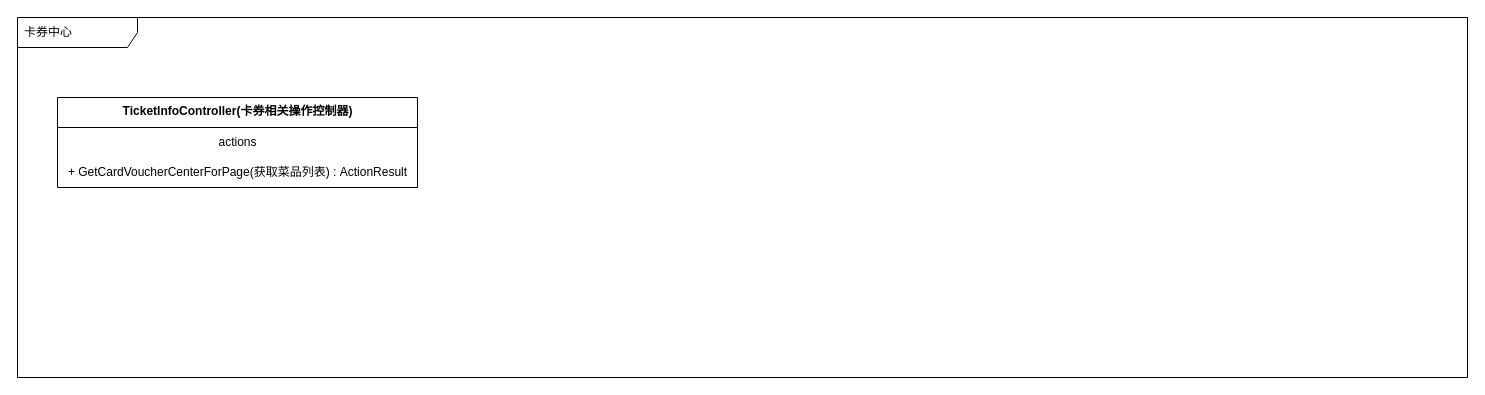
Above: Kemai/卡券类图.drawio in noobwu/diagrams (draw.io), before the change. Source tidied: cells renumbered, new cells numbered last; positions are measured from the earlier drawing's top-left corner, leaving out a move shared by most shapes. Both pictures are drawn from the tidied source at 100%, with x=0, y=0 at pixel (17, 17).
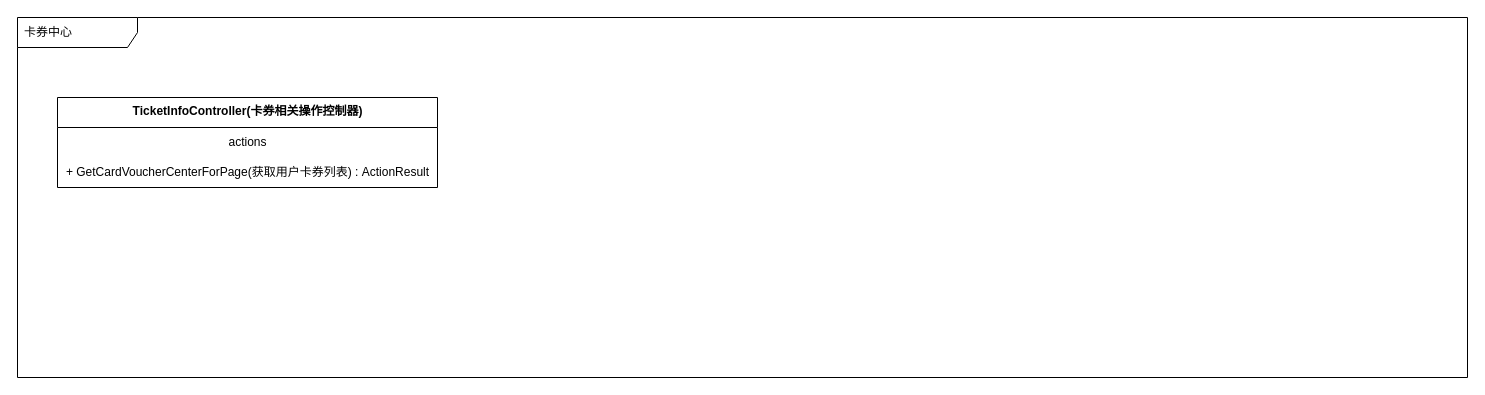
The same page after the edit.

Change to the diagram source:
```diff
@@
 <mxGraphModel>
   <root>
     <mxCell id="0" />
     <mxCell id="1" parent="0" />
     <mxCell id="2" value="卡券中心" style="shape=umlFrame;whiteSpace=wrap;html=1;width=120;height=30;boundedLbl=1;verticalAlign=middle;align=left;spacingLeft=5;" parent="1" vertex="1">
       <mxGeometry width="1450" height="360" as="geometry" />
     </mxCell>
     <mxCell id="3" value="TicketInfoController(卡券相关操作控制器)" style="swimlane;fontStyle=1;align=center;verticalAlign=top;horizontal=1;startSize=30;html=1;fillColor=default;" parent="1" vertex="1">
-      <mxGeometry x="40" y="80" width="360" height="90" as="geometry" />
+      <mxGeometry x="40" y="80" width="380" height="90" as="geometry" />
     </mxCell>
     <mxCell id="4" value="actions" style="html=1;strokeColor=none;fillColor=none;align=center;verticalAlign=middle;spacingLeft=4;spacingRight=4;" parent="3" vertex="1">
-      <mxGeometry y="30" width="360" height="30" as="geometry" />
+      <mxGeometry y="30" width="380" height="30" as="geometry" />
     </mxCell>
-    <mxCell id="5" value="+ GetCardVoucherCenterForPage(获取菜品列表) :&amp;nbsp;ActionResult" style="html=1;strokeColor=none;fillColor=none;align=center;verticalAlign=middle;spacingLeft=4;spacingRight=4;" parent="3" vertex="1">
-      <mxGeometry y="60" width="360" height="30" as="geometry" />
+    <mxCell id="5" value="+ GetCardVoucherCenterForPage(获取用户卡券列表) :&amp;nbsp;ActionResult" style="html=1;strokeColor=none;fillColor=none;align=center;verticalAlign=middle;spacingLeft=4;spacingRight=4;" parent="3" vertex="1">
+      <mxGeometry y="60" width="380" height="30" as="geometry" />
     </mxCell>
   </root>
 </mxGraphModel>
```
